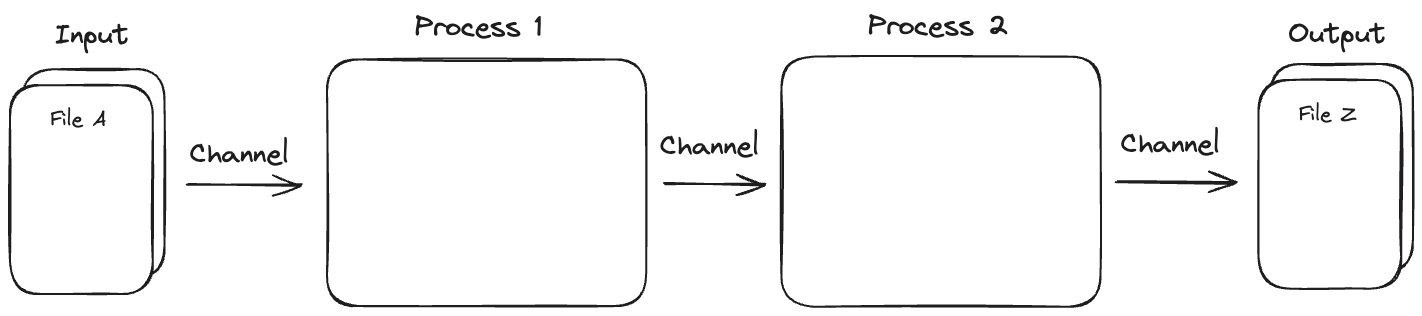
This is docs/session1/img/myworkflow.excalidraw.png from Sydney-Informatics-Hub/hello-nextflow, a Excalidraw export, as it was before one commit. Source tidied: one line per element, renumbered; positions are measured from the earlier drawing's top-left corner, leaving out a move shared by most shapes.
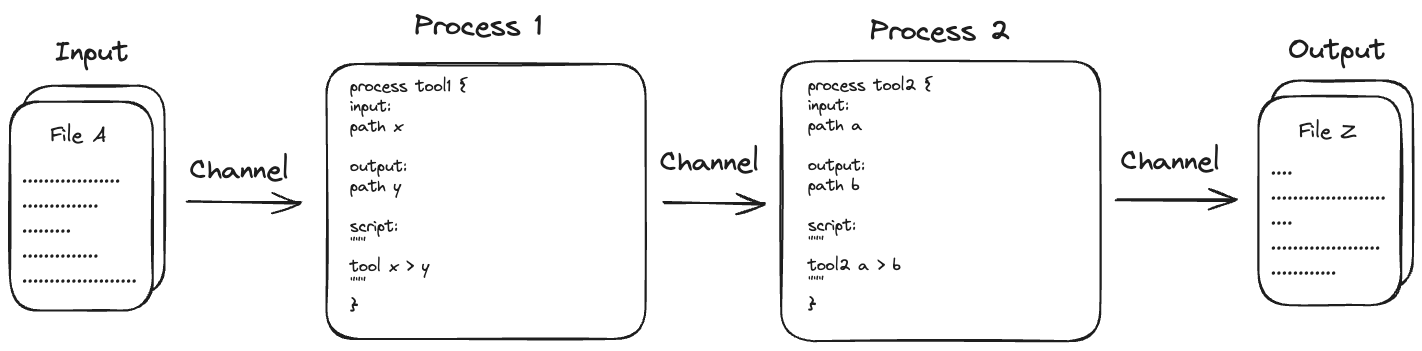
After the commit.

What changed in the source:
```diff
@@ -1,18 +1,22 @@
 {"id": 0, "type": "rectangle", "strokeColor": "#1e1e1e", "backgroundColor": "#ffffff", "fillStyle": "solid", "strokeWidth": 2, "roughness": 1, "round": true, "x": 12, "y": 59, "width": 143, "height": 209}
 {"id": 1, "type": "rectangle", "strokeColor": "#1e1e1e", "backgroundColor": "#ffffff", "fillStyle": "solid", "strokeWidth": 2, "roughness": 1, "round": true, "x": 0, "y": 75, "width": 143, "height": 209}
 {"id": 2, "type": "text", "text": "File A", "strokeColor": "#1e1e1e", "backgroundColor": "#ffffff", "fillStyle": "solid", "strokeWidth": 2, "roughness": 1, "fontSize": 20, "fontFamily": 1, "x": 41, "y": 97, "width": 55, "height": 25}
-{"id": 3, "type": "arrow", "strokeColor": "#1e1e1e", "backgroundColor": "#1e1e1e", "fillStyle": "solid", "strokeWidth": 2, "roughness": 1, "endArrowhead": "arrow", "round": true, "from": 0, "to": 5, "x": 178, "y": 174, "width": 114, "height": 0, "points": [[0, 0], [114, 0]]}
+{"id": 3, "type": "arrow", "strokeColor": "#1e1e1e", "backgroundColor": "#1e1e1e", "fillStyle": "solid", "strokeWidth": 2, "roughness": 1, "endArrowhead": "arrow", "round": true, "from": 0, "to": 5, "x": 178, "y": 175, "width": 114, "height": 1, "points": [[0, 0], [114, 1]]}
 {"id": 4, "type": "text", "text": "Channel", "strokeColor": "#1e1e1e", "backgroundColor": "#1e1e1e", "fillStyle": "solid", "strokeWidth": 2, "roughness": 1, "fontSize": 28, "fontFamily": 1, "x": 180, "y": 128, "width": 99, "height": 35}
-{"id": 5, "type": "rectangle", "strokeColor": "#1e1e1e", "backgroundColor": "#ffffff", "fillStyle": "solid", "strokeWidth": 2, "roughness": 1, "round": true, "x": 317, "y": 49, "width": 319, "height": 247}
+{"id": 5, "type": "rectangle", "strokeColor": "#1e1e1e", "backgroundColor": "#ffffff", "fillStyle": "solid", "strokeWidth": 2, "roughness": 1, "round": true, "x": 316, "y": 37, "width": 319, "height": 275}
 {"id": 6, "type": "text", "text": "Input", "strokeColor": "#1e1e1e", "backgroundColor": "#1e1e1e", "fillStyle": "solid", "strokeWidth": 2, "roughness": 1, "fontSize": 28, "fontFamily": 1, "x": 45, "y": 9, "width": 74, "height": 35}
-{"id": 7, "type": "text", "text": "Process 1", "strokeColor": "#1e1e1e", "backgroundColor": "#1e1e1e", "fillStyle": "solid", "strokeWidth": 2, "roughness": 1, "fontSize": 28, "fontFamily": 1, "x": 405, "y": 1, "width": 127, "height": 35}
+{"id": 7, "type": "text", "text": "Process 1", "strokeColor": "#1e1e1e", "backgroundColor": "#1e1e1e", "fillStyle": "solid", "strokeWidth": 2, "roughness": 1, "fontSize": 28, "fontFamily": 1, "x": 405, "y": -17, "width": 127, "height": 35}
-{"id": 8, "type": "rectangle", "strokeColor": "#1e1e1e", "backgroundColor": "#ffffff", "fillStyle": "solid", "strokeWidth": 2, "roughness": 1, "round": true, "x": 771, "y": 47, "width": 319, "height": 250}
+{"id": 8, "type": "rectangle", "strokeColor": "#1e1e1e", "backgroundColor": "#ffffff", "fillStyle": "solid", "strokeWidth": 2, "roughness": 1, "round": true, "x": 771, "y": 35, "width": 319, "height": 280}
-{"id": 9, "type": "text", "text": "Process 2", "strokeColor": "#1e1e1e", "backgroundColor": "#1e1e1e", "fillStyle": "solid", "strokeWidth": 2, "roughness": 1, "fontSize": 28, "fontFamily": 1, "x": 858, "y": 0, "width": 140, "height": 35}
+{"id": 9, "type": "text", "text": "Process 2", "strokeColor": "#1e1e1e", "backgroundColor": "#1e1e1e", "fillStyle": "solid", "strokeWidth": 2, "roughness": 1, "fontSize": 28, "fontFamily": 1, "x": 860, "y": -12, "width": 140, "height": 35}
-{"id": 10, "type": "arrow", "strokeColor": "#1e1e1e", "backgroundColor": "#1e1e1e", "fillStyle": "solid", "strokeWidth": 2, "roughness": 1, "endArrowhead": "arrow", "round": true, "from": 5, "to": 8, "x": 655, "y": 175, "width": 99, "height": 1, "points": [[0, 0], [99, -1]]}
+{"id": 10, "type": "arrow", "strokeColor": "#1e1e1e", "backgroundColor": "#1e1e1e", "fillStyle": "solid", "strokeWidth": 2, "roughness": 1, "endArrowhead": "arrow", "round": true, "from": 5, "to": 8, "x": 654, "y": 177, "width": 100, "height": 1, "points": [[0, 0], [100, -1]]}
 {"id": 11, "type": "text", "text": "Channel", "strokeColor": "#1e1e1e", "backgroundColor": "#1e1e1e", "fillStyle": "solid", "strokeWidth": 2, "roughness": 1, "fontSize": 28, "fontFamily": 1, "x": 650, "y": 120, "width": 99, "height": 35}
-{"id": 12, "type": "arrow", "strokeColor": "#1e1e1e", "backgroundColor": "#ffffff", "fillStyle": "solid", "strokeWidth": 2, "roughness": 1, "endArrowhead": "arrow", "round": true, "from": 8, "to": 15, "x": 1106, "y": 172, "width": 120, "height": 1, "points": [[0, 0], [120, 1]]}
+{"id": 12, "type": "arrow", "strokeColor": "#1e1e1e", "backgroundColor": "#ffffff", "fillStyle": "solid", "strokeWidth": 2, "roughness": 1, "endArrowhead": "arrow", "round": true, "from": 8, "to": 15, "x": 1106, "y": 174, "width": 120, "height": 0, "points": [[0, 0], [120, 0]]}
 {"id": 13, "type": "text", "text": "Channel", "strokeColor": "#1e1e1e", "backgroundColor": "#1e1e1e", "fillStyle": "solid", "strokeWidth": 2, "roughness": 1, "fontSize": 28, "fontFamily": 1, "x": 1111, "y": 118, "width": 99, "height": 35}
 {"id": 14, "type": "rectangle", "strokeColor": "#1e1e1e", "backgroundColor": "#ffffff", "fillStyle": "solid", "strokeWidth": 2, "roughness": 1, "round": true, "x": 1260, "y": 54, "width": 143, "height": 209}
 {"id": 15, "type": "rectangle", "strokeColor": "#1e1e1e", "backgroundColor": "#ffffff", "fillStyle": "solid", "strokeWidth": 2, "roughness": 1, "round": true, "x": 1248, "y": 70, "width": 143, "height": 209}
 {"id": 16, "type": "text", "text": "File Z", "strokeColor": "#1e1e1e", "backgroundColor": "#ffffff", "fillStyle": "solid", "strokeWidth": 2, "roughness": 1, "fontSize": 20, "fontFamily": 1, "x": 1289, "y": 92, "width": 58, "height": 25}
 {"id": 17, "type": "text", "text": "Output", "strokeColor": "#1e1e1e", "backgroundColor": "#1e1e1e", "fillStyle": "solid", "strokeWidth": 2, "roughness": 1, "fontSize": 28, "fontFamily": 1, "x": 1279, "y": 8, "width": 98, "height": 35}
+{"id": 18, "type": "text", "text": "..................\n..............\n.........\n..............\n.....................", "strokeColor": "#1e1e1e", "strokeWidth": 1, "roughness": 1, "fontSize": 20, "fontFamily": 1, "x": 12, "y": 137, "width": 115, "height": 125}
+{"id": 19, "type": "text", "text": "....\n.....................\n....\n....................\n............", "strokeColor": "#1e1e1e", "strokeWidth": 1, "roughness": 1, "fontSize": 20, "fontFamily": 1, "x": 1261, "y": 129, "width": 115, "height": 125}
+{"id": 20, "type": "text", "text": "process tool1 {\ninput:\npath x\n\noutput:\npath y\n\nscript:\n\"\"\"\ntool x > y\n\"\"\"\n}", "strokeColor": "#1e1e1e", "strokeWidth": 1, "roughness": 1, "fontSize": 16, "fontFamily": 1, "x": 340, "y": 50, "width": 118, "height": 240}
+{"id": 21, "type": "text", "text": "process tool2 {\ninput:\npath a\n\noutput:\npath b\n\nscript:\n\"\"\"\ntool2 a > b\n\"\"\"\n}", "strokeColor": "#1e1e1e", "strokeWidth": 1, "roughness": 1, "fontSize": 16, "fontFamily": 1, "x": 798, "y": 50, "width": 125, "height": 240}
```
